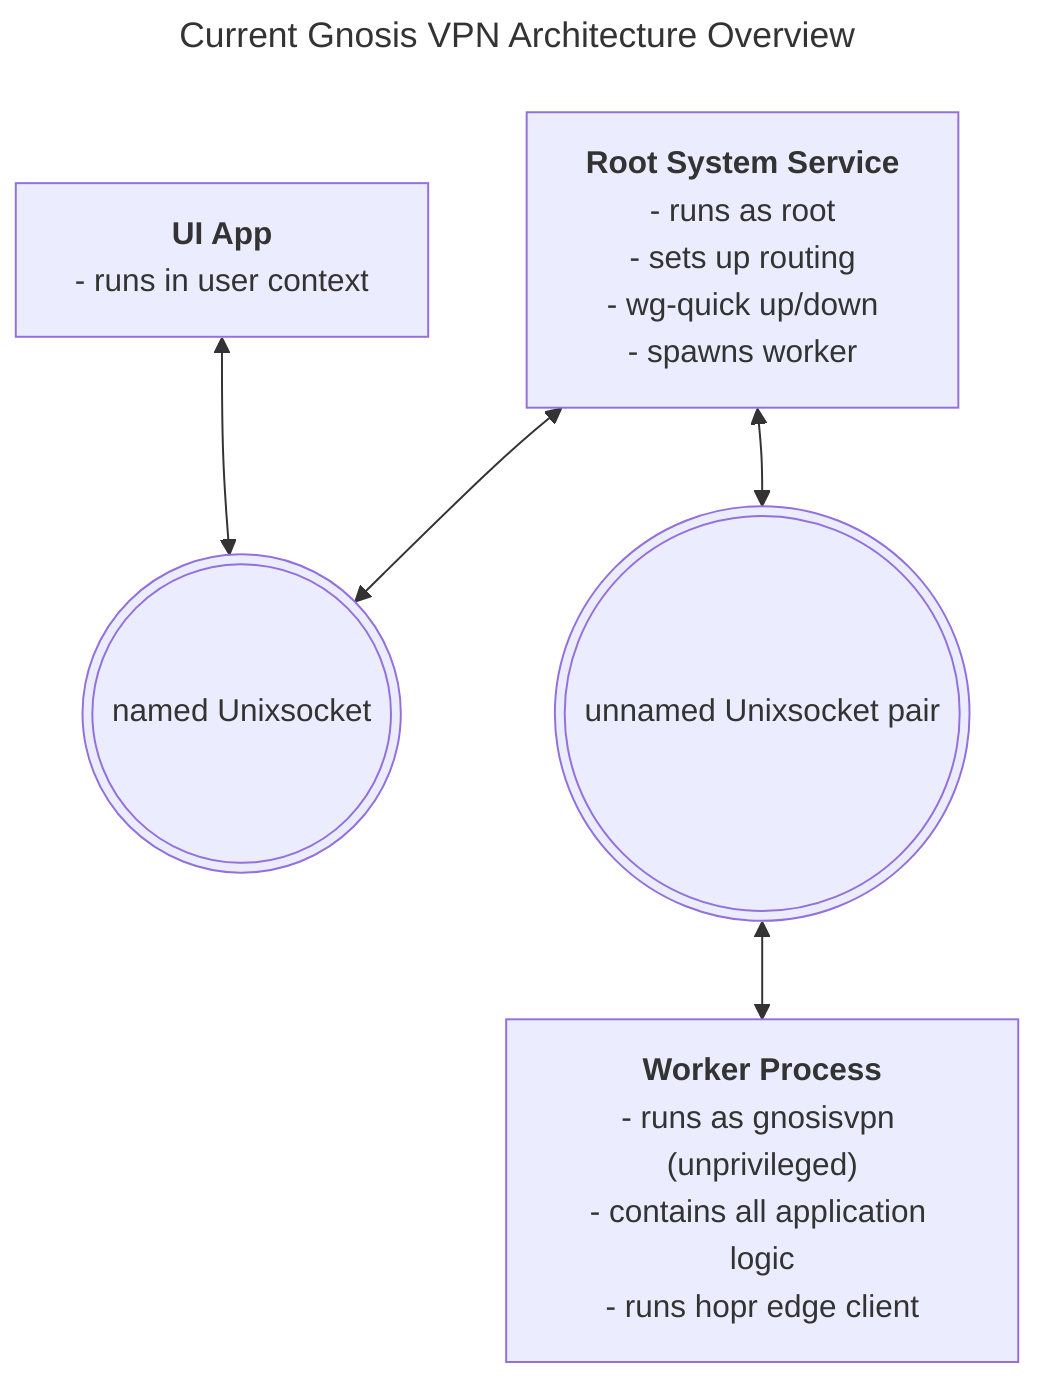
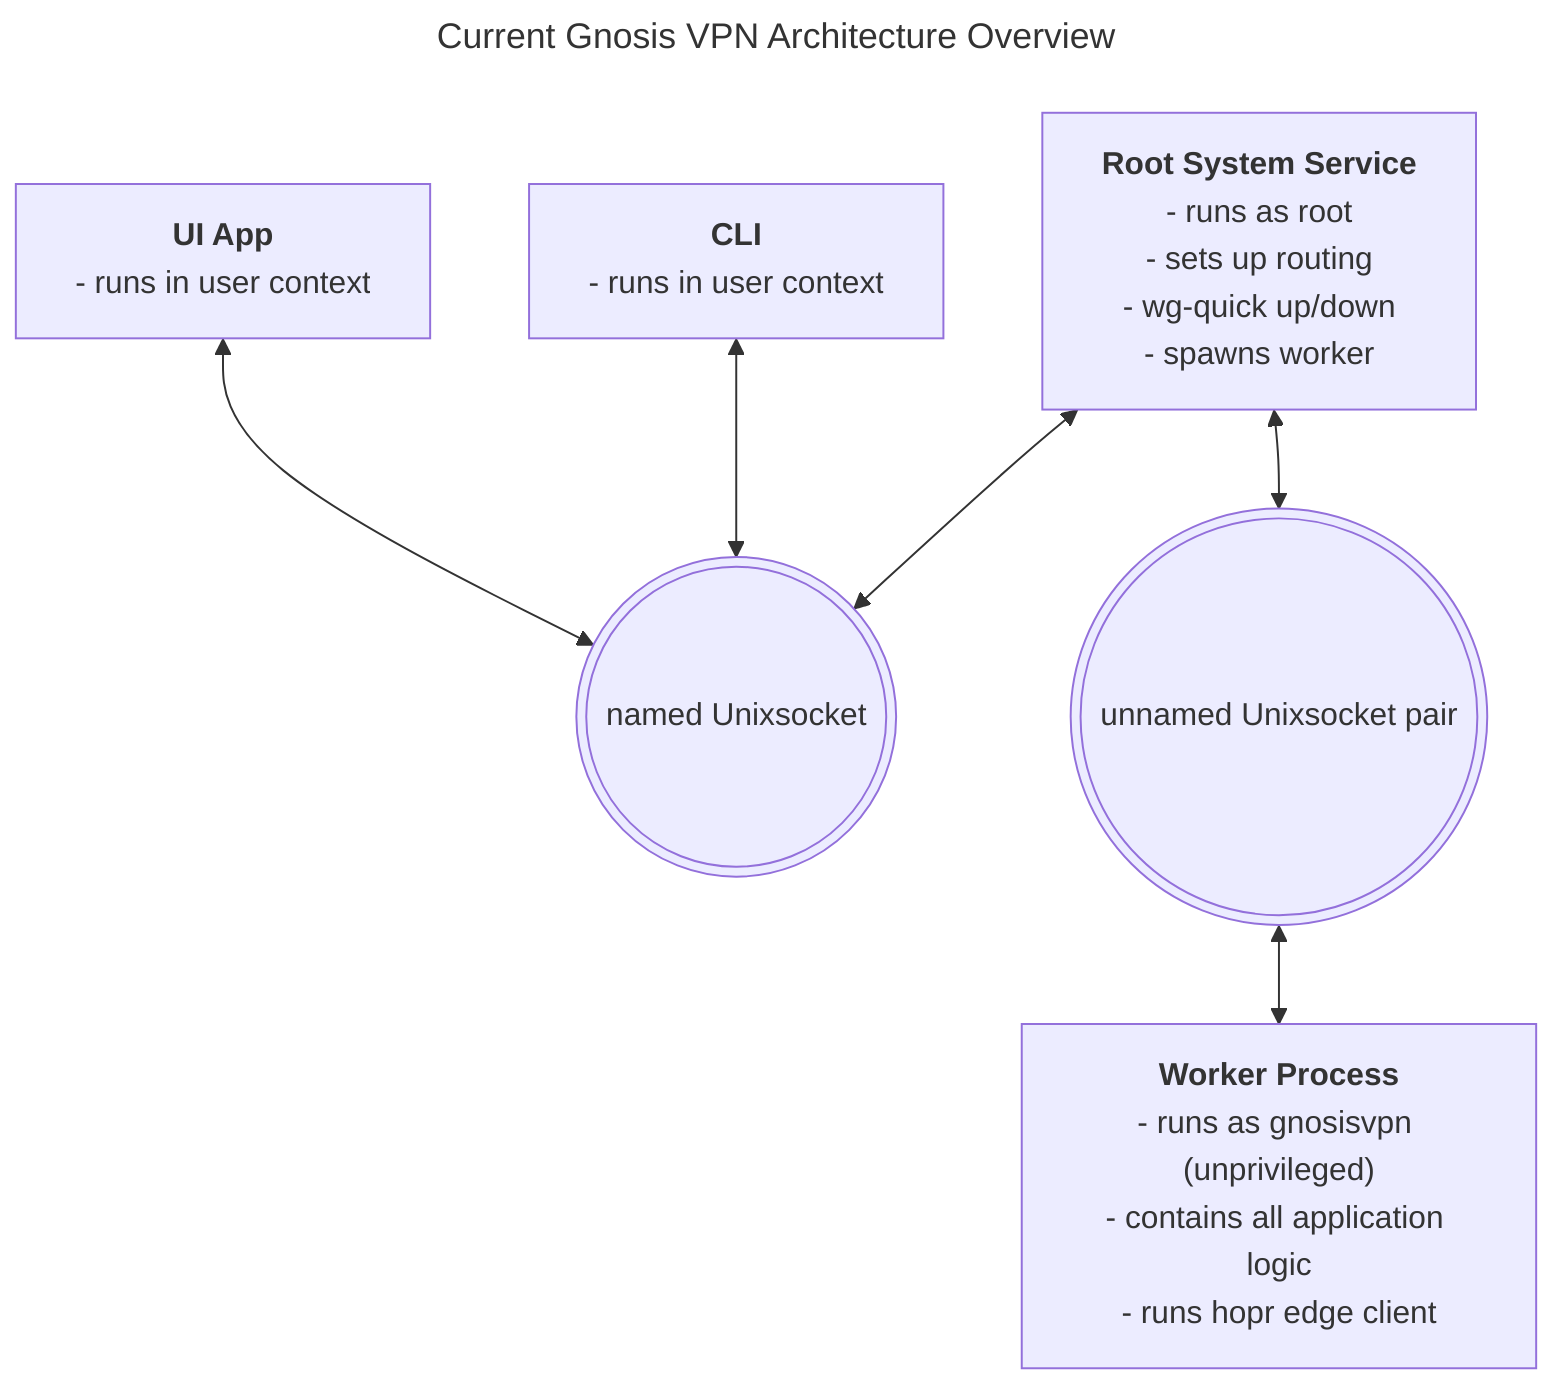
---
title: Current Gnosis VPN Architecture Overview
---
flowchart
    UI["`**UI App**
+     - runs in user context
+     `"]
+     CLI["`**CLI**
    - runs in user context
    `"]
    Root["`**Root System Service**
    - runs as root
    - sets up routing
    - wg-quick up/down
    - spawns worker
    `" ]
    Worker["`**Worker Process**
    - runs as gnosisvpn (unprivileged)
    - contains all application logic
    - runs hopr edge client
    `"]
    SystemSocket(((named Unixsocket)))
    WorkerSocket(((unnamed Unixsocket pair)))
    UI <--> SystemSocket
+     CLI <--> SystemSocket
    Root <--> SystemSocket
    Root <--> WorkerSocket
    WorkerSocket <--> Worker
